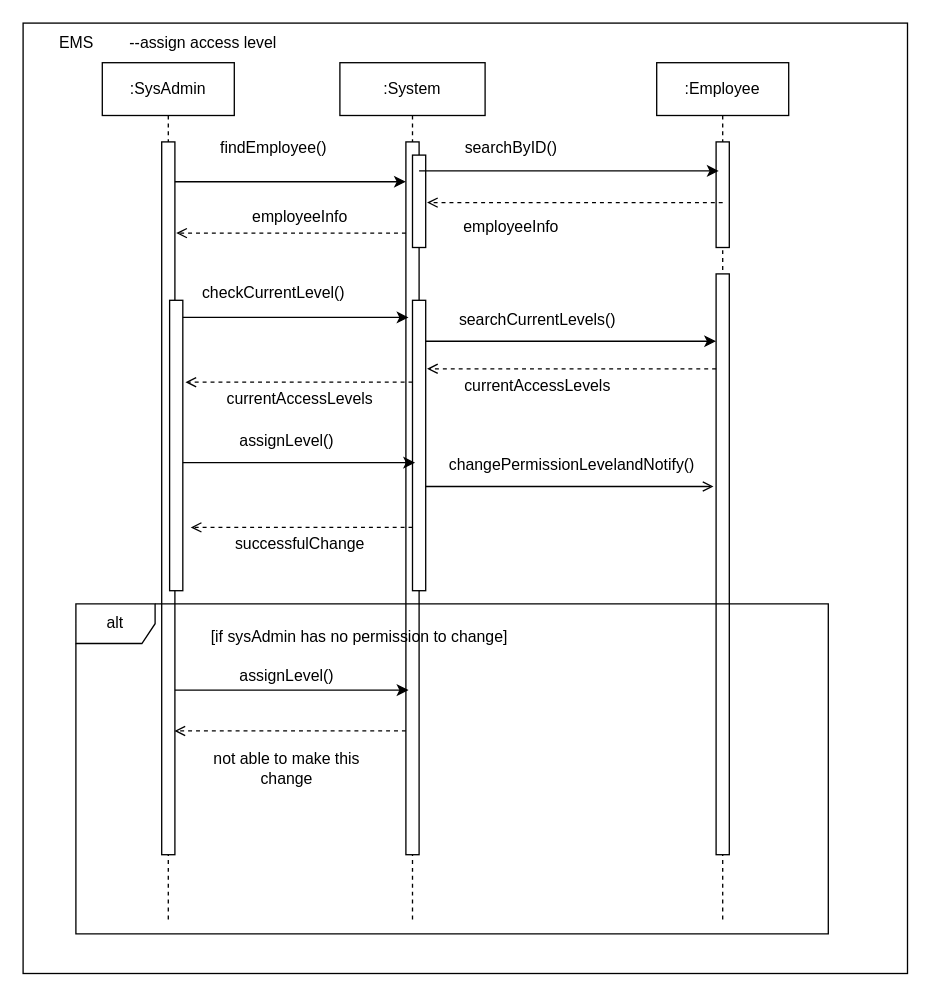
blueappleee/EmployeeManagementSystem keeps this draw.io diagram as System Models/sequence_diagram_assignLevel.drawio. Above is the earlier version. Source tidied: cells renumbered, new cells numbered last; positions are measured from the earlier drawing's top-left corner, leaving out a move shared by most shapes. Both pictures are drawn from the tidied source at 132%, with x=0, y=0 at pixel (22, 22).
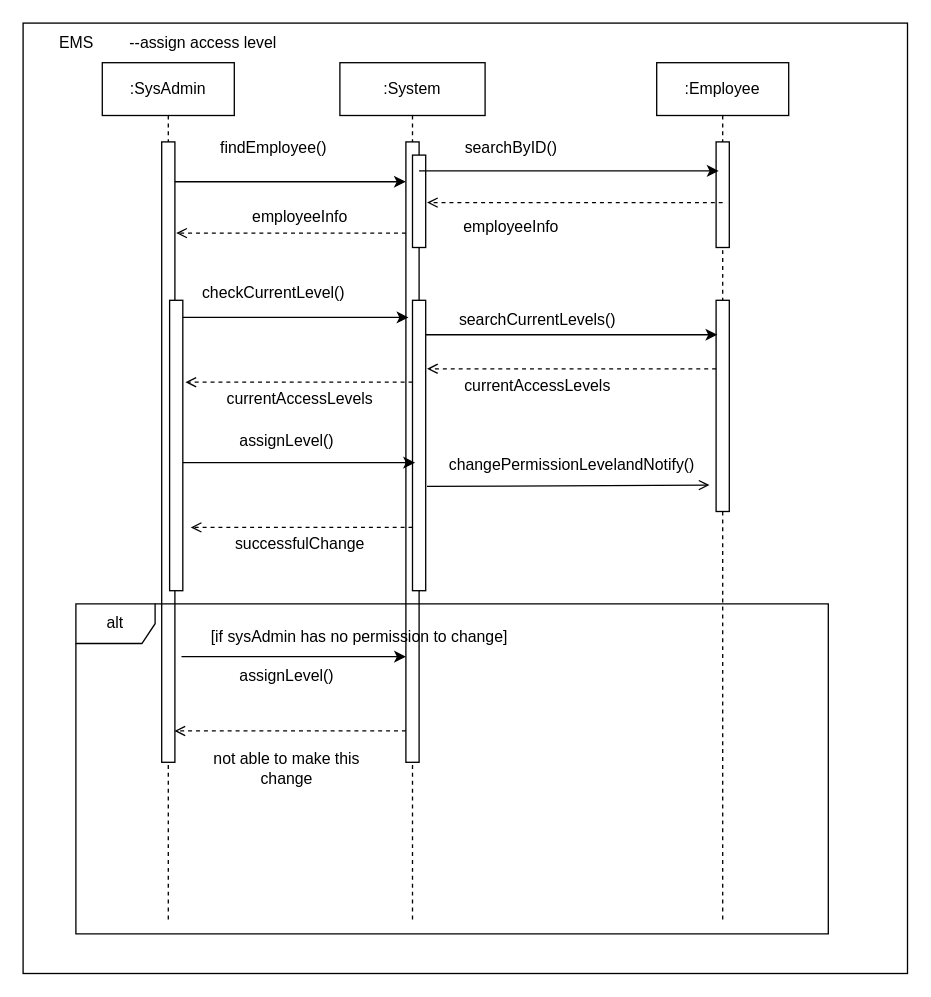
The same page after the edit.

Commit message (it also covers changes not shown here):
Update sequence diagrams

Unchanged cells that the change refers to:
```xml
<mxCell id="4" value=":SysAdmin" style="shape=umlLifeline;perimeter=lifelinePerimeter;whiteSpace=wrap;html=1;" parent="1" vertex="1">
  <mxGeometry x="60" y="30" width="100" height="650" as="geometry" />
</mxCell>
<mxCell id="7" value=":System" style="shape=umlLifeline;perimeter=lifelinePerimeter;whiteSpace=wrap;html=1;" parent="1" vertex="1">
  <mxGeometry x="240" y="30" width="110" height="650" as="geometry" />
</mxCell>
<mxCell id="10" style="html=1;points=[];perimeter=orthogonalPerimeter;" parent="7" vertex="1">
  <mxGeometry x="55" y="180" width="10" height="220" as="geometry" />
</mxCell>
<mxCell id="11" value=":Employee" style="shape=umlLifeline;perimeter=lifelinePerimeter;whiteSpace=wrap;html=1;" parent="1" vertex="1">
  <mxGeometry x="480" y="30" width="100" height="650" as="geometry" />
</mxCell>
<mxCell id="37" value="[if sysAdmin has no permission to change]" style="text;html=1;strokeColor=none;fillColor=none;align=center;verticalAlign=middle;whiteSpace=wrap;rounded=0;" parent="1" vertex="1">
  <mxGeometry x="120" y="450" width="270" height="30" as="geometry" />
</mxCell>
```

Diff of the diagram source:
```diff
@@
     <mxCell id="5" style="html=1;points=[];perimeter=orthogonalPerimeter;" parent="4" vertex="1">
-      <mxGeometry x="45" y="60" width="10" height="540" as="geometry" />
+      <mxGeometry x="45" y="60" width="10" height="470" as="geometry" />
     </mxCell>
@@
     <mxCell id="8" style="html=1;points=[];perimeter=orthogonalPerimeter;" parent="7" vertex="1">
-      <mxGeometry x="50" y="60" width="10" height="540" as="geometry" />
+      <mxGeometry x="50" y="60" width="10" height="470" as="geometry" />
     </mxCell>
@@
     <mxCell id="13" style="html=1;points=[];perimeter=orthogonalPerimeter;" parent="11" vertex="1">
-      <mxGeometry x="45" y="160" width="10" height="440" as="geometry" />
+      <mxGeometry x="45" y="180" width="10" height="160" as="geometry" />
     </mxCell>
@@
-    <mxCell id="25" style="rounded=0;jettySize=auto;html=1;entryX=0;entryY=0.116;entryDx=0;entryDy=0;entryPerimeter=0;" parent="1" edge="1" source="10" target="13">
+    <mxCell id="25" style="rounded=0;jettySize=auto;html=1;entryX=0.1;entryY=0.163;entryDx=0;entryDy=0;entryPerimeter=0;" parent="1" edge="1" source="10" target="13">
       <mxGeometry relative="1" as="geometry" />
     </mxCell>
@@
-    <mxCell id="32" style="edgeStyle=none;rounded=0;jettySize=auto;html=1;entryX=-0.2;entryY=0.366;entryDx=0;entryDy=0;entryPerimeter=0;endArrow=open;endFill=0;" parent="1" edge="1" source="10" target="13">
-      <mxGeometry relative="1" as="geometry" />
+    <mxCell id="32" style="edgeStyle=none;rounded=0;jettySize=auto;html=1;endArrow=open;endFill=0;exitX=1.1;exitY=0.641;exitDx=0;exitDy=0;exitPerimeter=0;" parent="1" edge="1" source="10">
+      <mxGeometry relative="1" as="geometry">
+        <mxPoint x="520" y="350" as="targetPoint" />
+      </mxGeometry>
     </mxCell>
@@
-    <mxCell id="39" style="edgeStyle=none;rounded=0;jettySize=auto;html=1;entryX=0.2;entryY=0.769;entryDx=0;entryDy=0;entryPerimeter=0;" parent="1" edge="1" source="5" target="8">
-      <mxGeometry relative="1" as="geometry" />
-    </mxCell>
@@
+    <mxCell id="42" style="edgeStyle=none;rounded=0;orthogonalLoop=1;jettySize=auto;html=1;entryX=0.63;entryY=1;entryDx=0;entryDy=0;entryPerimeter=0;exitX=0;exitY=1;exitDx=0;exitDy=0;" parent="1" edge="1" source="37" target="37">
+      <mxGeometry relative="1" as="geometry" />
+    </mxCell>
```
